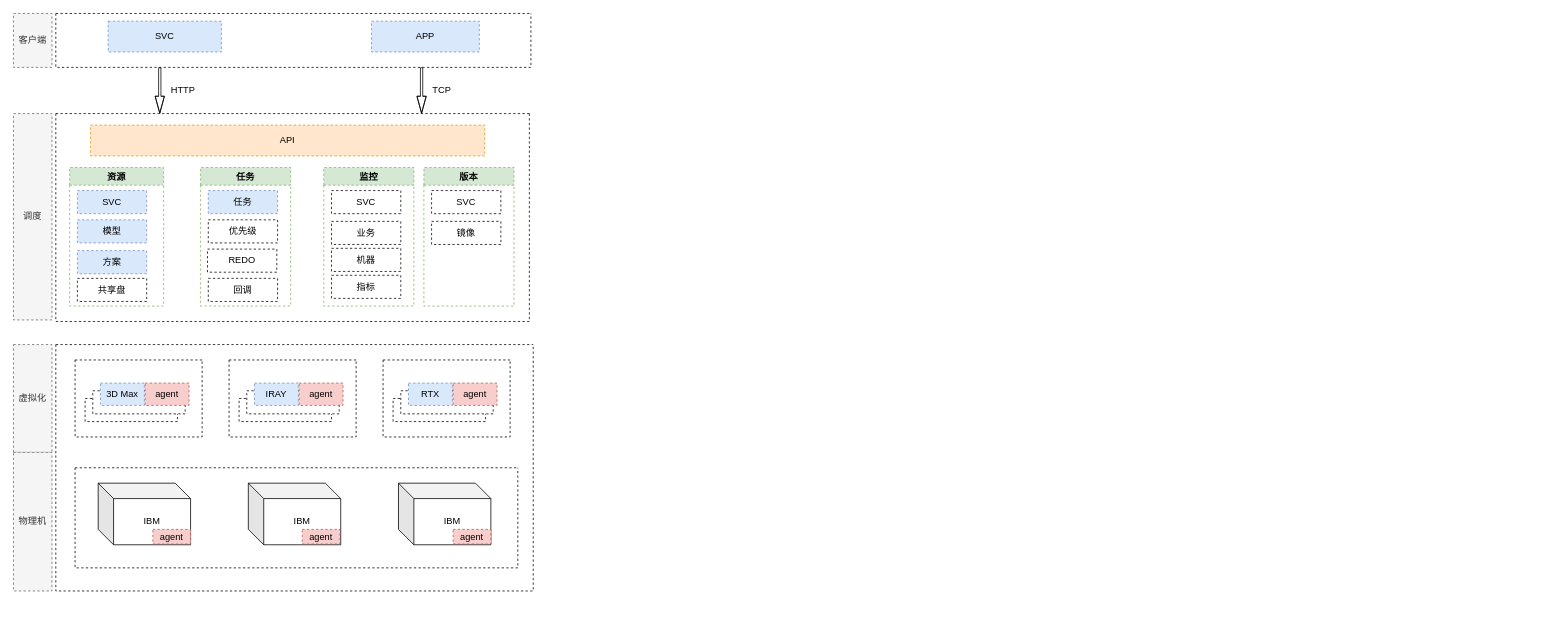
Above: 平台2.0/云渲染调度.drawio in Msimplehub/abbysun (draw.io), before the change. Source tidied: cells renumbered, new cells numbered last; positions are measured from the earlier drawing's top-left corner, leaving out a move shared by most shapes. Both pictures are drawn from the tidied source at 77%, with x=0, y=0 at pixel (13, 13).
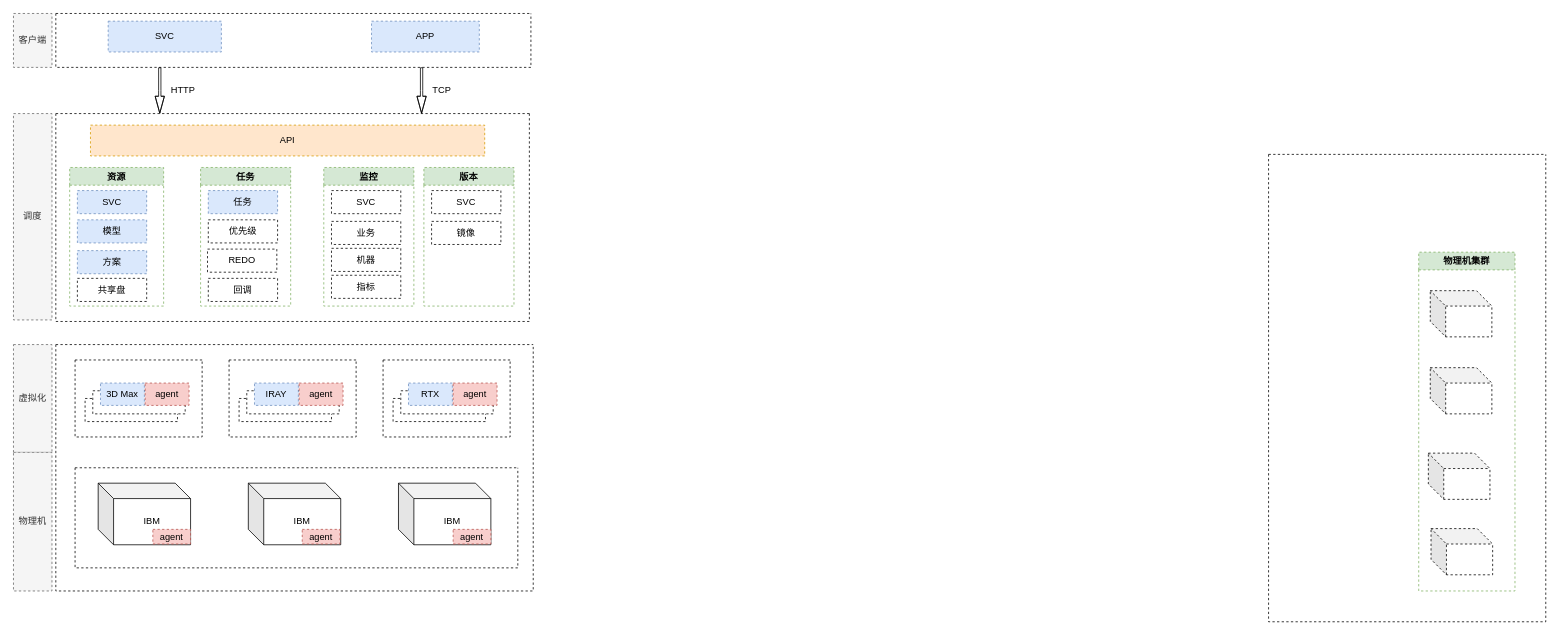
After the change.

Commit message:
Update 云渲染调度.drawio

What changed in the source:
```diff
@@
+    <mxCell id="56" style="shape=cube;whiteSpace=wrap;html=1;boundedLbl=1;backgroundOutline=1;darkOpacity=0.05;darkOpacity2=0.1;dashed=1;" parent="1" vertex="1">
+      <mxGeometry x="1841" y="669" width="80" height="60" as="geometry" />
+    </mxCell>
+    <mxCell id="57" value="物理机集群" style="swimlane;dashed=1;fillColor=#d5e8d4;strokeColor=#82b366;" parent="1" vertex="1">
+      <mxGeometry x="1825" y="310" width="125" height="440" as="geometry" />
+    </mxCell>
+    <mxCell id="58" style="shape=cube;whiteSpace=wrap;html=1;boundedLbl=1;backgroundOutline=1;darkOpacity=0.05;darkOpacity2=0.1;dashed=1;" parent="57" vertex="1">
+      <mxGeometry x="15" y="50" width="80" height="60" as="geometry" />
+    </mxCell>
+    <mxCell id="59" style="shape=cube;whiteSpace=wrap;html=1;boundedLbl=1;backgroundOutline=1;darkOpacity=0.05;darkOpacity2=0.1;dashed=1;" parent="57" vertex="1">
+      <mxGeometry x="15" y="150" width="80" height="60" as="geometry" />
+    </mxCell>
+    <mxCell id="60" style="shape=cube;whiteSpace=wrap;html=1;boundedLbl=1;backgroundOutline=1;darkOpacity=0.05;darkOpacity2=0.1;dashed=1;" parent="57" vertex="1">
+      <mxGeometry x="12.5" y="261" width="80" height="60" as="geometry" />
+    </mxCell>
+    <mxCell id="61" style="swimlane;startSize=0;dashed=1;" parent="1" vertex="1">
+      <mxGeometry x="1630" y="183" width="360" height="607" as="geometry" />
+    </mxCell>
```
